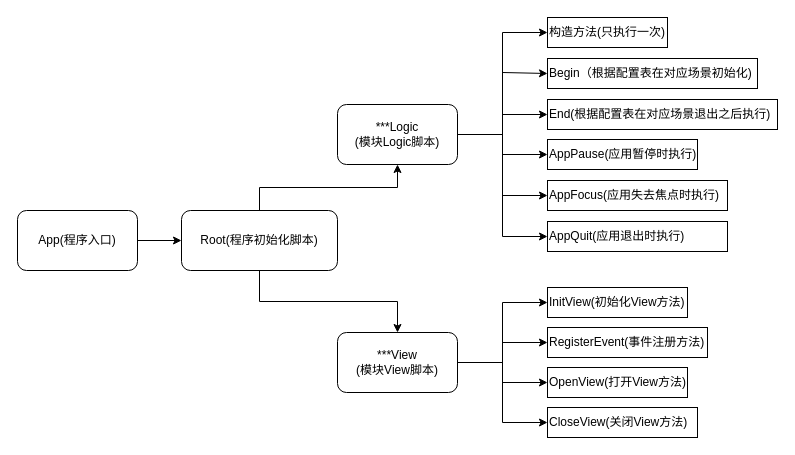
Josh-Jun/Josh-Jun keeps this draw.io diagram as Files/myself.drawio. Above is the earlier version. Source tidied: cells renumbered, new cells numbered last; positions are measured from the earlier drawing's top-left corner, leaving out a move shared by most shapes. Both pictures are drawn from the tidied source at 100%, with x=0, y=0 at pixel (17, 17).
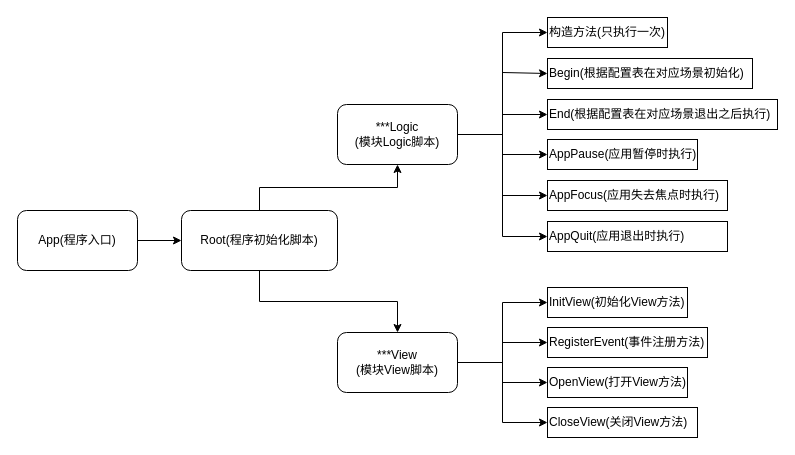
Above is the later version.

Diff of the diagram source:
```diff
@@
-    <mxCell id="20" value="Begin（根据配置表在对应场景初始化)" style="whiteSpace=wrap;html=1;rounded=0;align=left;" parent="1" vertex="1">
-      <mxGeometry x="530" y="41" width="210" height="30" as="geometry" />
+    <mxCell id="20" value="Begin(根据配置表在对应场景初始化)" style="whiteSpace=wrap;html=1;rounded=0;align=left;" parent="1" vertex="1">
+      <mxGeometry x="530" y="41" width="205" height="30" as="geometry" />
     </mxCell>
```
